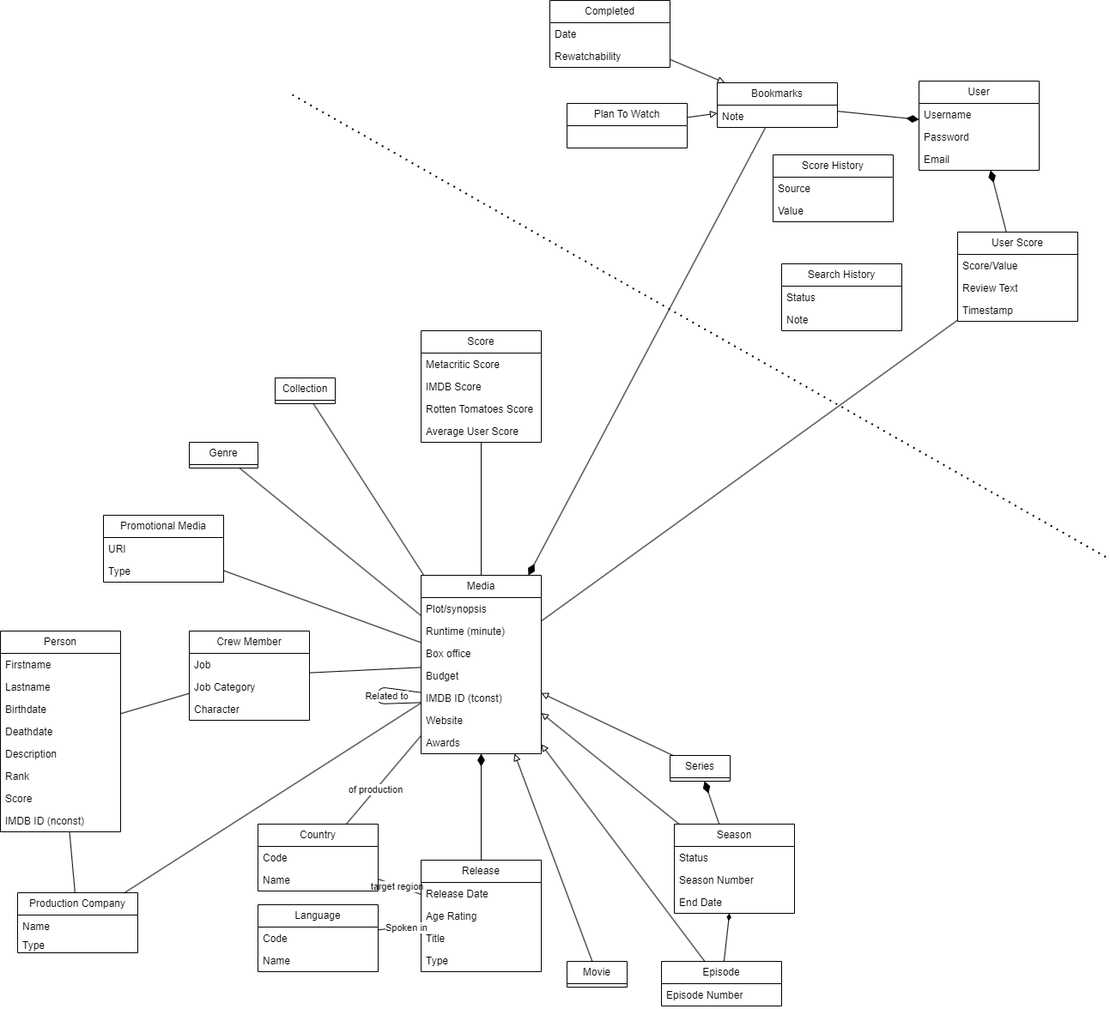
Above: domain_model.drawio.png in RUC-MSc-CS-CIT-2024/portfolio_subproject_1 (draw.io), before the change. Source tidied: cells renumbered, new cells last; positions are measured from the earlier drawing's top-left corner, leaving out a move shared by most shapes.
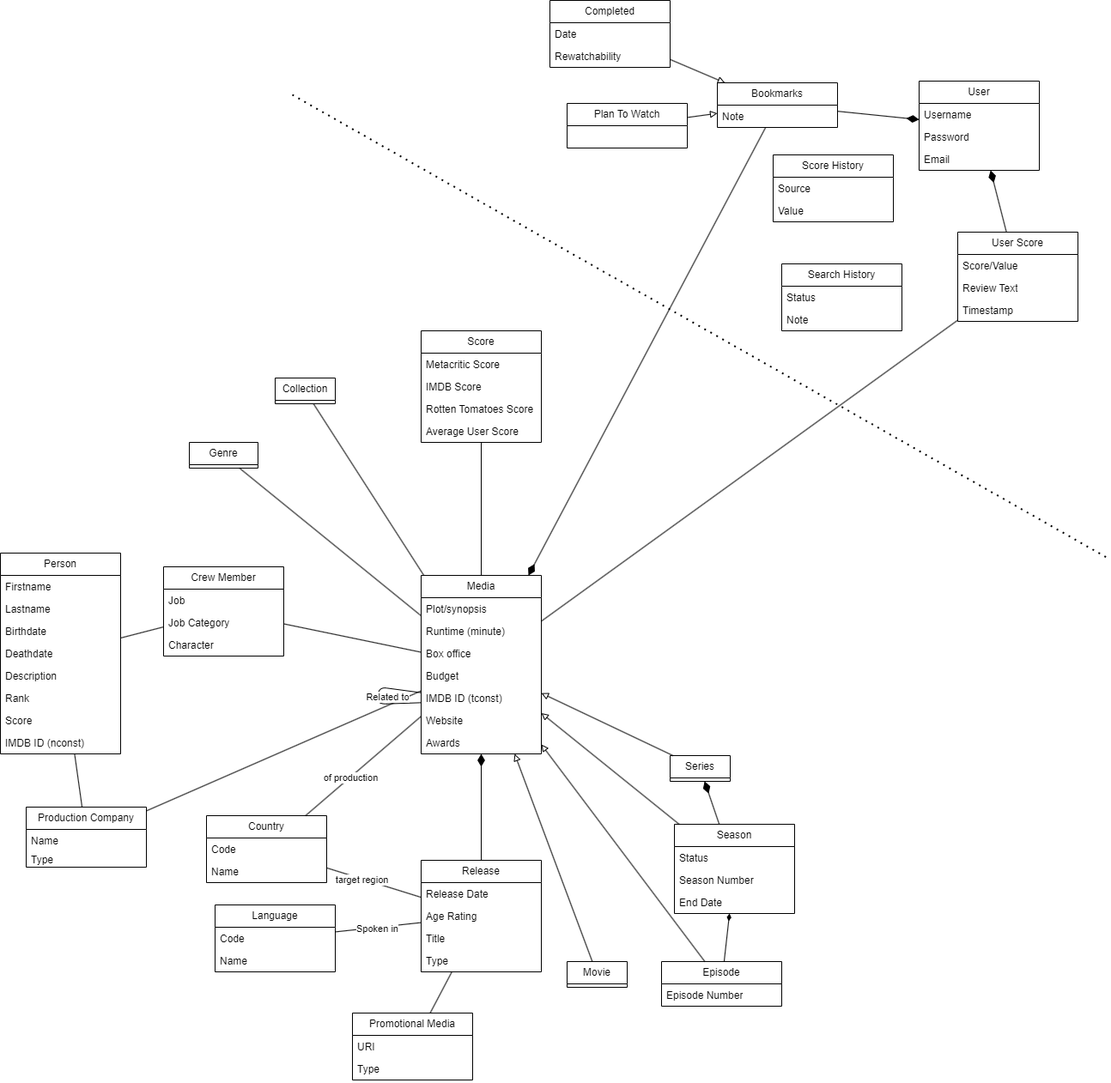
The same diagram one commit later.

Commit message:
docs: update desc for promotional media

What changed in the source:
```diff
@@ -119,7 +119,7 @@
       <mxGeometry relative="1" as="geometry" />
     </mxCell>
     <mxCell id="40" value="Production Company" style="swimlane;fontStyle=0;horizontal=1;startSize=26;fillColor=none;whiteSpace=wrap;html=1;" parent="1" vertex="1">
-      <mxGeometry x="20" y="1040" width="140" height="70" as="geometry" />
+      <mxGeometry x="30" y="940" width="140" height="70" as="geometry" />
     </mxCell>
     <mxCell id="41" value="Name" style="text;strokeColor=none;fillColor=none;align=left;verticalAlign=top;spacingLeft=4;spacingRight=4;overflow=hidden;whiteSpace=wrap;html=1;" parent="40" vertex="1">
       <mxGeometry y="26" width="140" height="22" as="geometry" />
@@ -137,7 +137,7 @@
       <mxGeometry relative="1" as="geometry" />
     </mxCell>
     <mxCell id="46" value="Person" style="swimlane;fontStyle=0;horizontal=1;startSize=26;fillColor=none;whiteSpace=wrap;html=1;" parent="1" vertex="1">
-      <mxGeometry y="735" width="140" height="234" as="geometry" />
+      <mxGeometry y="644" width="140" height="234" as="geometry" />
     </mxCell>
     <mxCell id="47" value="Firstname" style="text;strokeColor=none;fillColor=none;align=left;verticalAlign=top;spacingLeft=4;spacingRight=4;overflow=hidden;whiteSpace=wrap;html=1;" parent="46" vertex="1">
       <mxGeometry y="26" width="140" height="26" as="geometry" />
@@ -209,7 +209,7 @@
       <mxGeometry y="78" width="140" height="26" as="geometry" />
     </mxCell>
     <mxCell id="70" value="Crew Member" style="swimlane;fontStyle=0;horizontal=1;startSize=26;fillColor=none;whiteSpace=wrap;html=1;" parent="1" vertex="1">
-      <mxGeometry x="220" y="735" width="140" height="104" as="geometry" />
+      <mxGeometry x="190" y="660" width="140" height="104" as="geometry" />
     </mxCell>
     <mxCell id="71" value="Job" style="text;strokeColor=none;fillColor=none;align=left;verticalAlign=top;spacingLeft=4;spacingRight=4;overflow=hidden;whiteSpace=wrap;html=1;" parent="70" vertex="1">
       <mxGeometry y="26" width="140" height="26" as="geometry" />
@@ -274,11 +274,11 @@
         <mxPoint x="1290" y="650" as="targetPoint" />
       </mxGeometry>
     </mxCell>
-    <mxCell id="91" style="edgeStyle=none;html=1;startArrow=none;startFill=0;endArrow=none;endFill=0;startSize=6;endSize=12;" parent="1" edge="1" source="92" target="7">
+    <mxCell id="91" style="edgeStyle=none;html=1;startArrow=none;startFill=0;endArrow=none;endFill=0;startSize=6;endSize=12;" parent="1" edge="1" source="92" target="34">
       <mxGeometry relative="1" as="geometry" />
     </mxCell>
     <mxCell id="92" value="Promotional Media" style="swimlane;fontStyle=0;horizontal=1;startSize=26;fillColor=none;whiteSpace=wrap;html=1;" parent="1" vertex="1">
-      <mxGeometry x="120" y="600" width="140" height="78" as="geometry" />
+      <mxGeometry x="410" y="1180" width="140" height="78" as="geometry" />
     </mxCell>
     <mxCell id="93" value="URI" style="text;strokeColor=none;fillColor=none;align=left;verticalAlign=top;spacingLeft=4;spacingRight=4;overflow=hidden;whiteSpace=wrap;html=1;" parent="92" vertex="1">
       <mxGeometry y="26" width="140" height="26" as="geometry" />
@@ -295,7 +295,7 @@
       </mxGeometry>
     </mxCell>
     <mxCell id="97" value="Language" style="swimlane;fontStyle=0;horizontal=1;startSize=26;fillColor=none;whiteSpace=wrap;html=1;" parent="1" vertex="1">
-      <mxGeometry x="300" y="1054" width="140" height="78" as="geometry" />
+      <mxGeometry x="250" y="1054" width="140" height="78" as="geometry" />
     </mxCell>
     <mxCell id="98" value="Code" style="text;strokeColor=none;fillColor=none;align=left;verticalAlign=top;spacingLeft=4;spacingRight=4;overflow=hidden;whiteSpace=wrap;html=1;" parent="97" vertex="1">
       <mxGeometry y="26" width="140" height="26" as="geometry" />
@@ -319,7 +319,7 @@
       </mxGeometry>
     </mxCell>
     <mxCell id="102" value="Country" style="swimlane;fontStyle=0;horizontal=1;startSize=26;fillColor=none;whiteSpace=wrap;html=1;" parent="1" vertex="1">
-      <mxGeometry x="300" y="960" width="140" height="78" as="geometry" />
+      <mxGeometry x="240" y="950" width="140" height="78" as="geometry" />
     </mxCell>
     <mxCell id="103" value="Code" style="text;strokeColor=none;fillColor=none;align=left;verticalAlign=top;spacingLeft=4;spacingRight=4;overflow=hidden;whiteSpace=wrap;html=1;" parent="102" vertex="1">
       <mxGeometry y="26" width="140" height="26" as="geometry" />
```
